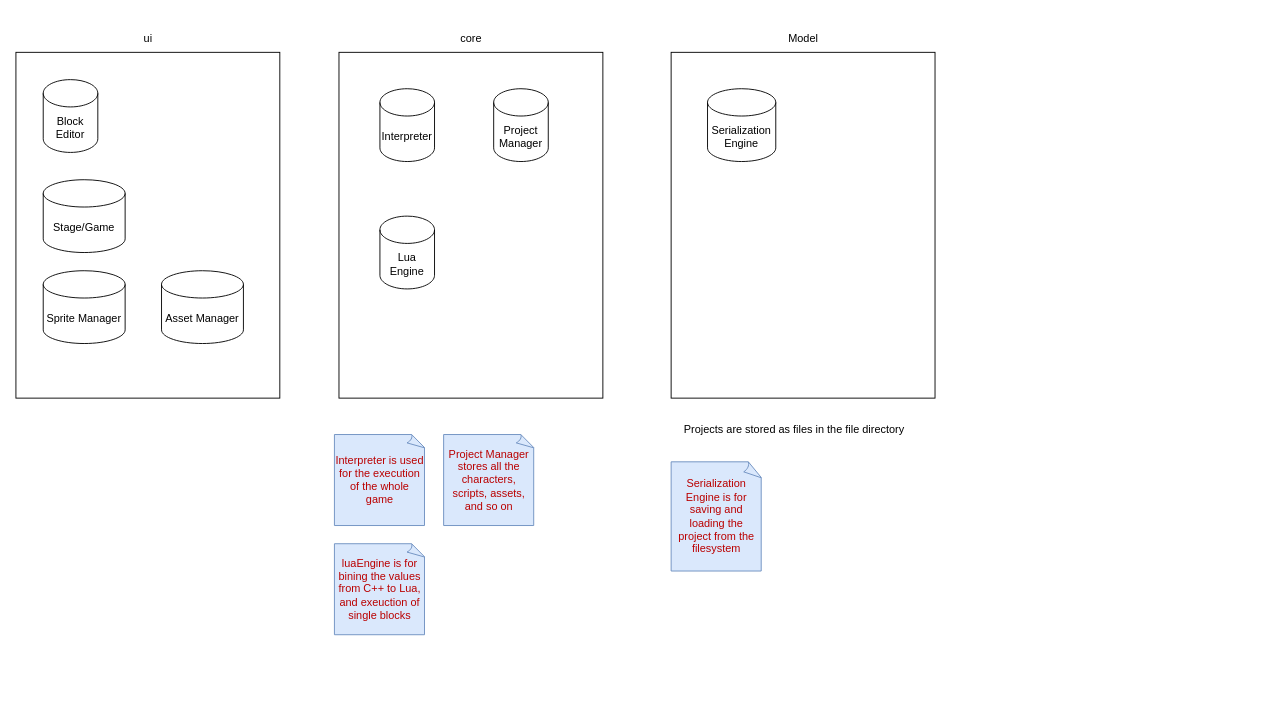
The draw.io diagram design/Design.drawio in omardoescode/Crafty, before the edit. Source tidied: cells renumbered, new cells numbered last; positions are measured from the earlier drawing's top-left corner, leaving out a move shared by most shapes. Both pictures are drawn from the tidied source at 91%, with x=0, y=0 at pixel (15, 25).
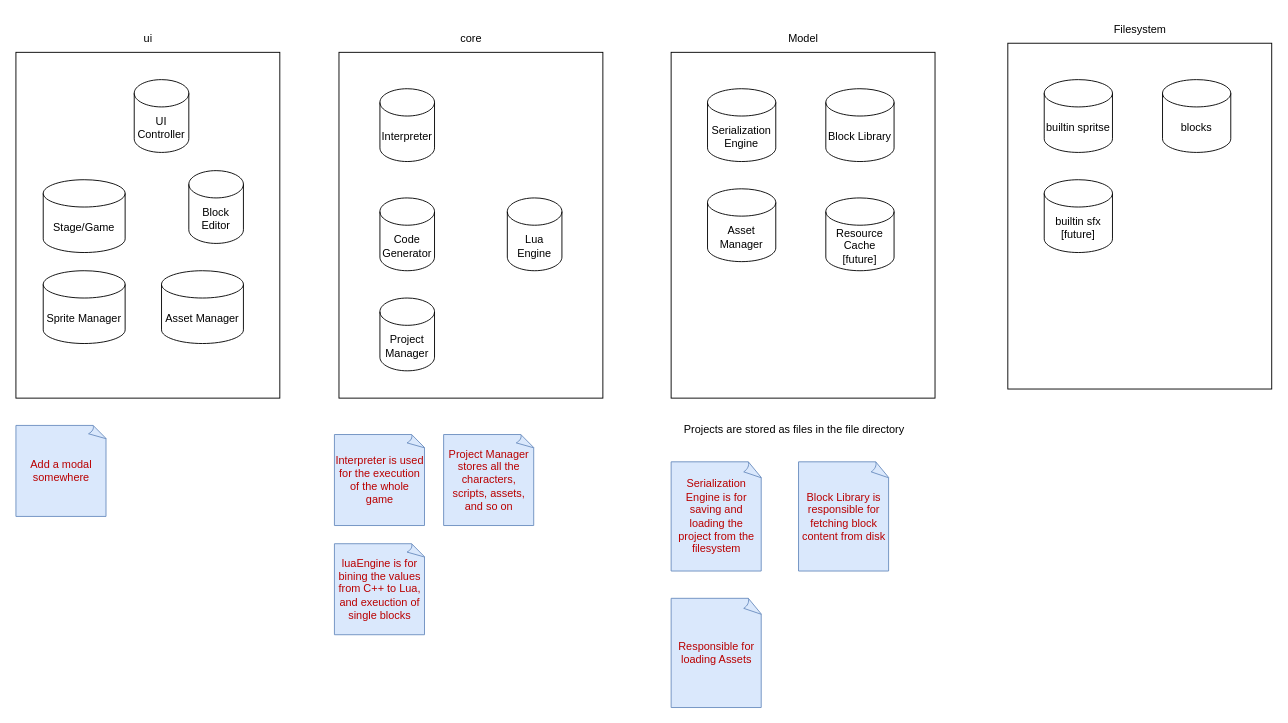
The same page after the edit.

What changed in the source:
```diff
@@
     <mxCell id="10" value="Lua Engine" style="shape=cylinder3;whiteSpace=wrap;html=1;boundedLbl=1;backgroundOutline=1;size=15;" parent="1" vertex="1">
-      <mxGeometry x="400" y="210" width="60" height="80" as="geometry" />
+      <mxGeometry x="540" y="190" width="60" height="80" as="geometry" />
     </mxCell>
@@
     <mxCell id="12" value="Project Manager" style="shape=cylinder3;whiteSpace=wrap;html=1;boundedLbl=1;backgroundOutline=1;size=15;" parent="1" vertex="1">
-      <mxGeometry x="525" y="70" width="60" height="80" as="geometry" />
+      <mxGeometry x="400" y="300" width="60" height="80" as="geometry" />
     </mxCell>
@@
     <mxCell id="17" value="Block Editor" style="shape=cylinder3;whiteSpace=wrap;html=1;boundedLbl=1;backgroundOutline=1;size=15;" parent="1" vertex="1">
-      <mxGeometry x="30" y="60" width="60" height="80" as="geometry" />
+      <mxGeometry x="190" y="160" width="60" height="80" as="geometry" />
     </mxCell>
@@
+    <mxCell id="21" value="Block Library" style="shape=cylinder3;whiteSpace=wrap;html=1;boundedLbl=1;backgroundOutline=1;size=15;" parent="1" vertex="1">
+      <mxGeometry x="890" y="70" width="75" height="80" as="geometry" />
+    </mxCell>
+    <mxCell id="22" value="&lt;font color=&quot;#ba0000&quot;&gt;Block Library is responsible for fetching block content from disk&lt;/font&gt;" style="whiteSpace=wrap;html=1;shape=mxgraph.basic.document;fillColor=#dae8fc;strokeColor=#6c8ebf;" parent="1" vertex="1">
+      <mxGeometry x="860" y="480" width="100" height="120" as="geometry" />
+    </mxCell>
+    <mxCell id="23" value="UI Controller" style="shape=cylinder3;whiteSpace=wrap;html=1;boundedLbl=1;backgroundOutline=1;size=15;" parent="1" vertex="1">
+      <mxGeometry x="130" y="60" width="60" height="80" as="geometry" />
+    </mxCell>
+    <mxCell id="24" value="&lt;font color=&quot;#ba0000&quot;&gt;Add a modal somewhere&lt;/font&gt;" style="whiteSpace=wrap;html=1;shape=mxgraph.basic.document;fillColor=#dae8fc;strokeColor=#6c8ebf;" parent="1" vertex="1">
+      <mxGeometry y="440" width="100" height="100" as="geometry" />
+    </mxCell>
+    <mxCell id="25" value="Asset Manager" style="shape=cylinder3;whiteSpace=wrap;html=1;boundedLbl=1;backgroundOutline=1;size=15;" parent="1" vertex="1">
+      <mxGeometry x="760" y="180" width="75" height="80" as="geometry" />
+    </mxCell>
+    <mxCell id="26" value="&lt;font color=&quot;#ba0000&quot;&gt;Responsible for loading Assets&lt;/font&gt;" style="whiteSpace=wrap;html=1;shape=mxgraph.basic.document;fillColor=#dae8fc;strokeColor=#6c8ebf;" parent="1" vertex="1">
+      <mxGeometry x="720" y="630" width="100" height="120" as="geometry" />
+    </mxCell>
+    <mxCell id="27" style="rounded=0;whiteSpace=wrap;html=1;fillColor=none;" parent="1" vertex="1">
+      <mxGeometry x="1090" y="20" width="290" height="380" as="geometry" />
+    </mxCell>
+    <mxCell id="28" value="Filesystem" style="text;html=1;align=center;verticalAlign=middle;strokeColor=none;fillColor=none;" parent="1" vertex="1">
+      <mxGeometry x="1195" y="-10" width="80" height="30" as="geometry" />
+    </mxCell>
+    <mxCell id="29" value="builtin spritse" style="shape=cylinder3;whiteSpace=wrap;html=1;boundedLbl=1;backgroundOutline=1;size=15;" parent="1" vertex="1">
+      <mxGeometry x="1130" y="60" width="75" height="80" as="geometry" />
+    </mxCell>
+    <mxCell id="30" value="blocks" style="shape=cylinder3;whiteSpace=wrap;html=1;boundedLbl=1;backgroundOutline=1;size=15;" parent="1" vertex="1">
+      <mxGeometry x="1260" y="60" width="75" height="80" as="geometry" />
+    </mxCell>
+    <mxCell id="31" value="builtin sfx [future]" style="shape=cylinder3;whiteSpace=wrap;html=1;boundedLbl=1;backgroundOutline=1;size=15;" parent="1" vertex="1">
+      <mxGeometry x="1130" y="170" width="75" height="80" as="geometry" />
+    </mxCell>
+    <mxCell id="32" value="Resource Cache [future]" style="shape=cylinder3;whiteSpace=wrap;html=1;boundedLbl=1;backgroundOutline=1;size=15;" parent="1" vertex="1">
+      <mxGeometry x="890" y="190" width="75" height="80" as="geometry" />
+    </mxCell>
+    <mxCell id="33" value="Code Generator" style="shape=cylinder3;whiteSpace=wrap;html=1;boundedLbl=1;backgroundOutline=1;size=15;" parent="1" vertex="1">
+      <mxGeometry x="400" y="190" width="60" height="80" as="geometry" />
+    </mxCell>
```
